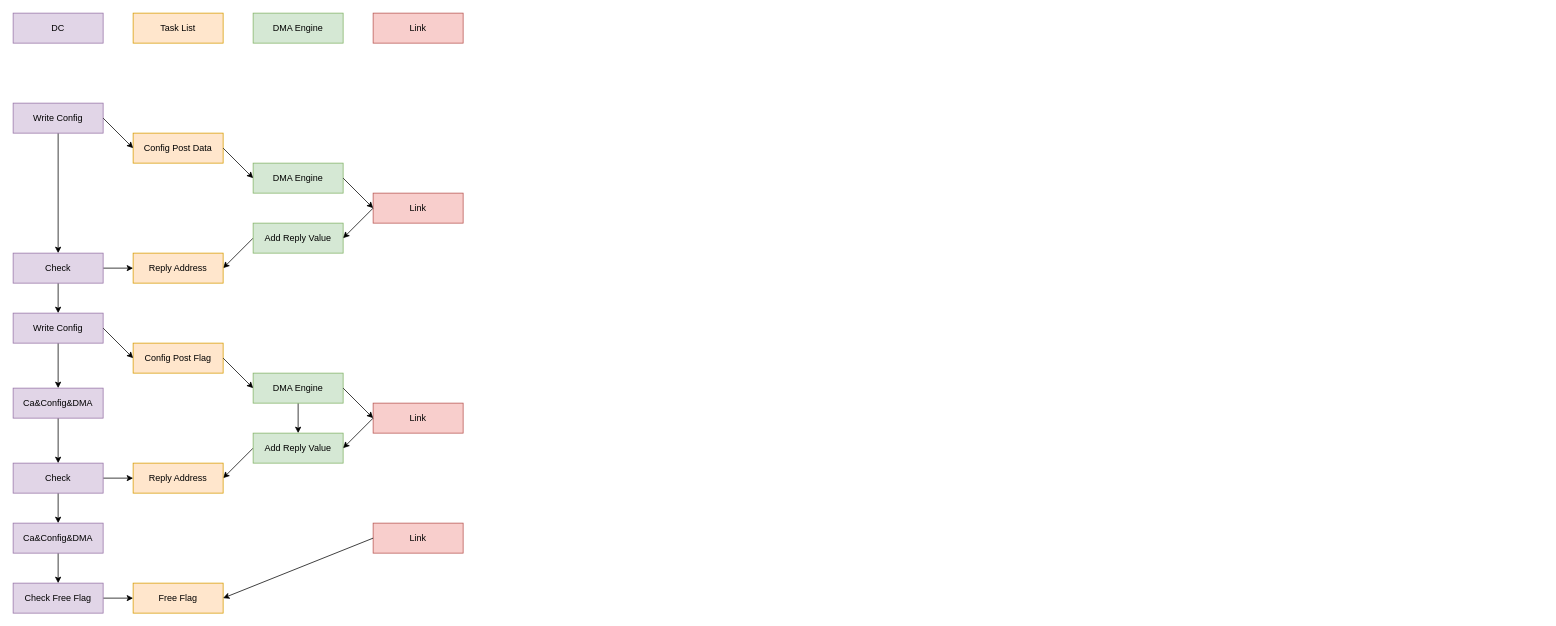
This is Link_RDMA_Read.drawio from BEYHHH/SBLP, a draw.io file, before an edit. Source tidied: cells renumbered, new cells numbered last; positions are measured from the earlier drawing's top-left corner, leaving out a move shared by most shapes. Both pictures are drawn from the tidied source at 75%, with x=0, y=0 at pixel (13, 13).
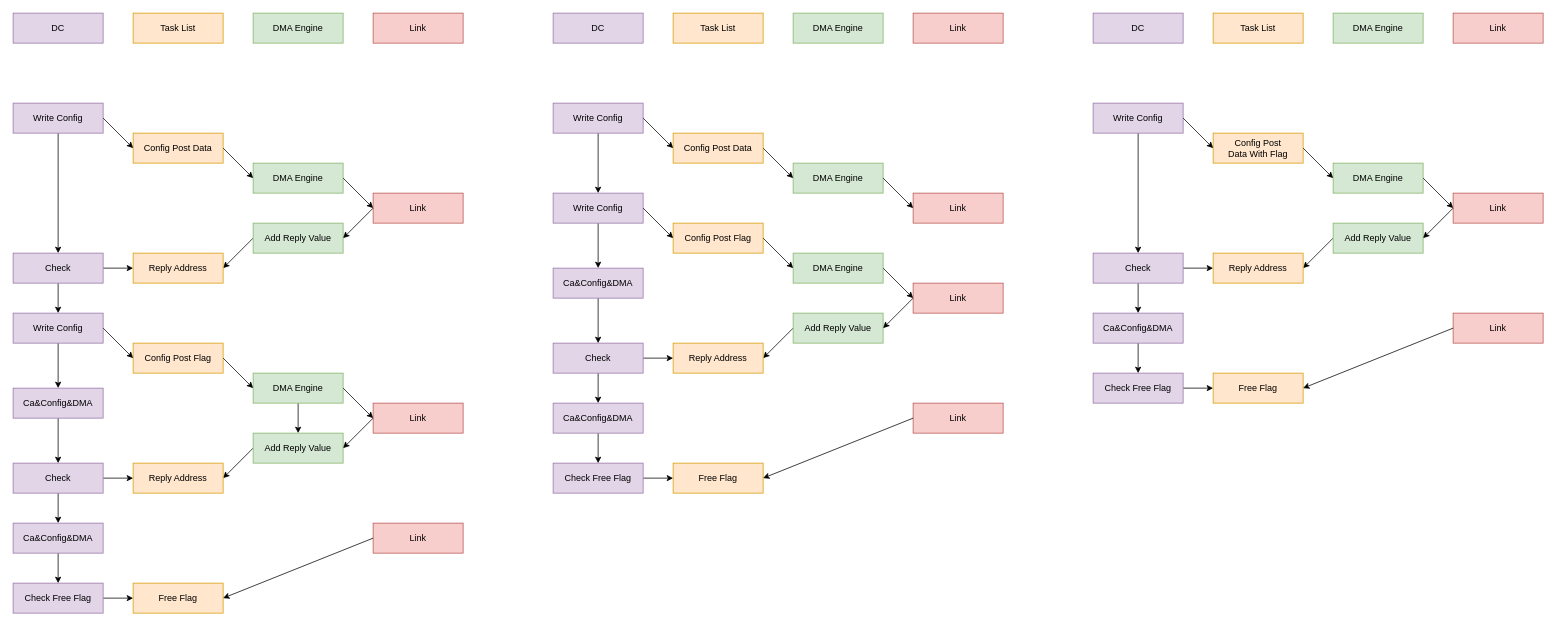
Above is the later version.

What changed in the source:
```diff
@@
+    <mxCell id="46" style="edgeStyle=orthogonalEdgeStyle;rounded=0;jettySize=auto;html=1;" parent="1" edge="1" source="47" target="59">
+      <mxGeometry relative="1" as="geometry" />
+    </mxCell>
+    <mxCell id="47" value="Write Config" style="rounded=0;whiteSpace=wrap;html=1;fillColor=#e1d5e7;strokeColor=#9673a6;" parent="1" vertex="1">
+      <mxGeometry x="1440" y="120" width="120" height="40" as="geometry" />
+    </mxCell>
+    <mxCell id="48" value="Config Post &lt;br&gt;Data With Flag" style="rounded=0;whiteSpace=wrap;html=1;fillColor=#ffe6cc;strokeColor=#d79b00;" parent="1" vertex="1">
+      <mxGeometry x="1600" y="160" width="120" height="40" as="geometry" />
+    </mxCell>
+    <mxCell id="49" style="endArrow=classic;html=1;rounded=0;exitX=1;exitY=0.5;exitDx=0;exitDy=0;entryX=0;entryY=0.5;entryDx=0;entryDy=0;" parent="1" edge="1" source="47" target="48">
+      <mxGeometry relative="1" as="geometry" />
+    </mxCell>
+    <mxCell id="50" value="DC" style="rounded=0;whiteSpace=wrap;html=1;fillColor=#e1d5e7;strokeColor=#9673a6;" parent="1" vertex="1">
+      <mxGeometry x="1440" width="120" height="40" as="geometry" />
+    </mxCell>
+    <mxCell id="51" value="Task List" style="rounded=0;whiteSpace=wrap;html=1;fillColor=#ffe6cc;strokeColor=#d79b00;" parent="1" vertex="1">
+      <mxGeometry x="1600" width="120" height="40" as="geometry" />
+    </mxCell>
+    <mxCell id="52" value="DMA Engine" style="rounded=0;whiteSpace=wrap;html=1;fillColor=#d5e8d4;strokeColor=#82b366;" parent="1" vertex="1">
+      <mxGeometry x="1760" width="120" height="40" as="geometry" />
+    </mxCell>
+    <mxCell id="53" value="Link" style="rounded=0;whiteSpace=wrap;html=1;fillColor=#f8cecc;strokeColor=#b85450;" parent="1" vertex="1">
+      <mxGeometry x="1920" width="120" height="40" as="geometry" />
+    </mxCell>
+    <mxCell id="54" value="DMA Engine" style="rounded=0;whiteSpace=wrap;html=1;fillColor=#d5e8d4;strokeColor=#82b366;" parent="1" vertex="1">
+      <mxGeometry x="1760" y="200" width="120" height="40" as="geometry" />
+    </mxCell>
+    <mxCell id="55" style="endArrow=classic;html=1;rounded=0;exitX=0;exitY=0.5;exitDx=0;exitDy=0;entryX=1;entryY=0.5;entryDx=0;entryDy=0;" parent="1" edge="1" source="56" target="60">
+      <mxGeometry relative="1" as="geometry" />
+    </mxCell>
+    <mxCell id="56" value="Add Reply Value" style="rounded=0;whiteSpace=wrap;html=1;fillColor=#d5e8d4;strokeColor=#82b366;" parent="1" vertex="1">
+      <mxGeometry x="1760" y="280" width="120" height="40" as="geometry" />
+    </mxCell>
+    <mxCell id="57" style="edgeStyle=orthogonalEdgeStyle;rounded=0;jettySize=auto;html=1;" parent="1" edge="1" source="59" target="60">
+      <mxGeometry relative="1" as="geometry" />
+    </mxCell>
+    <mxCell id="58" style="edgeStyle=orthogonalEdgeStyle;rounded=0;jettySize=auto;html=1;" parent="1" edge="1" source="59" target="71">
+      <mxGeometry relative="1" as="geometry" />
+    </mxCell>
+    <mxCell id="59" value="Check" style="rounded=0;whiteSpace=wrap;html=1;fillColor=#e1d5e7;strokeColor=#9673a6;" parent="1" vertex="1">
+      <mxGeometry x="1440" y="320" width="120" height="40" as="geometry" />
+    </mxCell>
+    <mxCell id="60" value="Reply Address" style="rounded=0;whiteSpace=wrap;html=1;fillColor=#ffe6cc;strokeColor=#d79b00;" parent="1" vertex="1">
+      <mxGeometry x="1600" y="320" width="120" height="40" as="geometry" />
+    </mxCell>
+    <mxCell id="61" style="endArrow=classic;html=1;rounded=0;exitX=1;exitY=0.5;exitDx=0;exitDy=0;entryX=0;entryY=0.5;entryDx=0;entryDy=0;" parent="1" edge="1" source="48" target="54">
+      <mxGeometry relative="1" as="geometry" />
+    </mxCell>
+    <mxCell id="62" value="Link" style="rounded=0;whiteSpace=wrap;html=1;fillColor=#f8cecc;strokeColor=#b85450;" parent="1" vertex="1">
+      <mxGeometry x="1920" y="240" width="120" height="40" as="geometry" />
+    </mxCell>
+    <mxCell id="63" style="endArrow=classic;html=1;rounded=0;exitX=1;exitY=0.5;exitDx=0;exitDy=0;entryX=0;entryY=0.5;entryDx=0;entryDy=0;" parent="1" edge="1" source="54" target="62">
+      <mxGeometry relative="1" as="geometry" />
+    </mxCell>
+    <mxCell id="64" style="endArrow=classic;html=1;rounded=0;exitX=0;exitY=0.5;exitDx=0;exitDy=0;entryX=1;entryY=0.5;entryDx=0;entryDy=0;" parent="1" edge="1" source="62" target="56">
+      <mxGeometry relative="1" as="geometry" />
+    </mxCell>
+    <mxCell id="65" style="edgeStyle=orthogonalEdgeStyle;rounded=0;jettySize=auto;html=1;" parent="1" edge="1" source="66" target="68">
+      <mxGeometry relative="1" as="geometry" />
+    </mxCell>
+    <mxCell id="66" value="Check Free Flag" style="rounded=0;whiteSpace=wrap;html=1;fillColor=#e1d5e7;strokeColor=#9673a6;" parent="1" vertex="1">
+      <mxGeometry x="1440" y="480" width="120" height="40" as="geometry" />
+    </mxCell>
+    <mxCell id="67" value="Link" style="rounded=0;whiteSpace=wrap;html=1;fillColor=#f8cecc;strokeColor=#b85450;" parent="1" vertex="1">
+      <mxGeometry x="1920" y="400" width="120" height="40" as="geometry" />
+    </mxCell>
+    <mxCell id="68" value="Free Flag" style="rounded=0;whiteSpace=wrap;html=1;fillColor=#ffe6cc;strokeColor=#d79b00;" parent="1" vertex="1">
+      <mxGeometry x="1600" y="480" width="120" height="40" as="geometry" />
+    </mxCell>
+    <mxCell id="69" style="endArrow=classic;html=1;rounded=0;exitX=0;exitY=0.5;exitDx=0;exitDy=0;entryX=1;entryY=0.5;entryDx=0;entryDy=0;" parent="1" edge="1" source="67" target="68">
+      <mxGeometry relative="1" as="geometry" />
+    </mxCell>
+    <mxCell id="70" style="edgeStyle=orthogonalEdgeStyle;rounded=0;jettySize=auto;html=1;" parent="1" edge="1" source="71" target="66">
+      <mxGeometry relative="1" as="geometry" />
+    </mxCell>
+    <mxCell id="71" value="Ca&amp;amp;Config&amp;amp;DMA" style="rounded=0;whiteSpace=wrap;html=1;fillColor=#e1d5e7;strokeColor=#9673a6;" parent="1" vertex="1">
+      <mxGeometry x="1440" y="400" width="120" height="40" as="geometry" />
+    </mxCell>
+    <mxCell id="72" style="edgeStyle=orthogonalEdgeStyle;rounded=0;jettySize=auto;html=1;" parent="1" edge="1" source="73" target="82">
+      <mxGeometry relative="1" as="geometry" />
+    </mxCell>
+    <mxCell id="73" value="Write Config" style="rounded=0;whiteSpace=wrap;html=1;fillColor=#e1d5e7;strokeColor=#9673a6;" parent="1" vertex="1">
+      <mxGeometry x="720" y="120" width="120" height="40" as="geometry" />
+    </mxCell>
+    <mxCell id="74" value="Config Post Data" style="rounded=0;whiteSpace=wrap;html=1;fillColor=#ffe6cc;strokeColor=#d79b00;" parent="1" vertex="1">
+      <mxGeometry x="880" y="160" width="120" height="40" as="geometry" />
+    </mxCell>
+    <mxCell id="75" style="endArrow=classic;html=1;rounded=0;exitX=1;exitY=0.5;exitDx=0;exitDy=0;entryX=0;entryY=0.5;entryDx=0;entryDy=0;" parent="1" edge="1" source="73" target="74">
+      <mxGeometry relative="1" as="geometry" />
+    </mxCell>
+    <mxCell id="76" value="DC" style="rounded=0;whiteSpace=wrap;html=1;fillColor=#e1d5e7;strokeColor=#9673a6;" parent="1" vertex="1">
+      <mxGeometry x="720" width="120" height="40" as="geometry" />
+    </mxCell>
+    <mxCell id="77" value="Task List" style="rounded=0;whiteSpace=wrap;html=1;fillColor=#ffe6cc;strokeColor=#d79b00;" parent="1" vertex="1">
+      <mxGeometry x="880" width="120" height="40" as="geometry" />
+    </mxCell>
+    <mxCell id="78" value="DMA Engine" style="rounded=0;whiteSpace=wrap;html=1;fillColor=#d5e8d4;strokeColor=#82b366;" parent="1" vertex="1">
+      <mxGeometry x="1040" width="120" height="40" as="geometry" />
+    </mxCell>
+    <mxCell id="79" value="Link" style="rounded=0;whiteSpace=wrap;html=1;fillColor=#f8cecc;strokeColor=#b85450;" parent="1" vertex="1">
+      <mxGeometry x="1200" width="120" height="40" as="geometry" />
+    </mxCell>
+    <mxCell id="80" value="DMA Engine" style="rounded=0;whiteSpace=wrap;html=1;fillColor=#d5e8d4;strokeColor=#82b366;" parent="1" vertex="1">
+      <mxGeometry x="1040" y="200" width="120" height="40" as="geometry" />
+    </mxCell>
+    <mxCell id="81" style="edgeStyle=orthogonalEdgeStyle;rounded=0;jettySize=auto;html=1;" parent="1" edge="1" source="82" target="97">
+      <mxGeometry relative="1" as="geometry" />
+    </mxCell>
+    <mxCell id="82" value="Write Config" style="rounded=0;whiteSpace=wrap;html=1;fillColor=#e1d5e7;strokeColor=#9673a6;" parent="1" vertex="1">
+      <mxGeometry x="720" y="240" width="120" height="40" as="geometry" />
+    </mxCell>
+    <mxCell id="83" value="Config Post Flag" style="rounded=0;whiteSpace=wrap;html=1;fillColor=#ffe6cc;strokeColor=#d79b00;" parent="1" vertex="1">
+      <mxGeometry x="880" y="280" width="120" height="40" as="geometry" />
+    </mxCell>
+    <mxCell id="84" style="endArrow=classic;html=1;rounded=0;exitX=1;exitY=0.5;exitDx=0;exitDy=0;entryX=0;entryY=0.5;entryDx=0;entryDy=0;" parent="1" edge="1" source="74" target="80">
+      <mxGeometry relative="1" as="geometry" />
+    </mxCell>
+    <mxCell id="85" style="endArrow=classic;html=1;rounded=0;exitX=1;exitY=0.5;exitDx=0;exitDy=0;entryX=0;entryY=0.5;entryDx=0;entryDy=0;" parent="1" edge="1" source="82" target="83">
+      <mxGeometry relative="1" as="geometry" />
+    </mxCell>
+    <mxCell id="86" value="DMA Engine" style="rounded=0;whiteSpace=wrap;html=1;fillColor=#d5e8d4;strokeColor=#82b366;" parent="1" vertex="1">
+      <mxGeometry x="1040" y="320" width="120" height="40" as="geometry" />
+    </mxCell>
+    <mxCell id="87" style="endArrow=classic;html=1;rounded=0;exitX=0;exitY=0.5;exitDx=0;exitDy=0;entryX=1;entryY=0.5;entryDx=0;entryDy=0;" parent="1" edge="1" source="88">
+      <mxGeometry relative="1" as="geometry">
+        <mxPoint x="1000" y="460" as="targetPoint" />
+      </mxGeometry>
+    </mxCell>
+    <mxCell id="88" value="Add Reply Value" style="rounded=0;whiteSpace=wrap;html=1;fillColor=#d5e8d4;strokeColor=#82b366;" parent="1" vertex="1">
+      <mxGeometry x="1040" y="400" width="120" height="40" as="geometry" />
+    </mxCell>
+    <mxCell id="89" style="endArrow=classic;html=1;rounded=0;exitX=1;exitY=0.5;exitDx=0;exitDy=0;entryX=0;entryY=0.5;entryDx=0;entryDy=0;" parent="1" edge="1" target="86">
+      <mxGeometry relative="1" as="geometry">
+        <mxPoint x="1000" y="300" as="sourcePoint" />
+      </mxGeometry>
+    </mxCell>
+    <mxCell id="90" value="Reply Address" style="rounded=0;whiteSpace=wrap;html=1;fillColor=#ffe6cc;strokeColor=#d79b00;" parent="1" vertex="1">
+      <mxGeometry x="880" y="440" width="120" height="40" as="geometry" />
+    </mxCell>
+    <mxCell id="91" style="edgeStyle=orthogonalEdgeStyle;rounded=0;jettySize=auto;html=1;" parent="1" edge="1" source="93" target="90">
+      <mxGeometry relative="1" as="geometry" />
+    </mxCell>
+    <mxCell id="92" style="edgeStyle=orthogonalEdgeStyle;rounded=0;jettySize=auto;html=1;" parent="1" edge="1" source="93" target="107">
+      <mxGeometry relative="1" as="geometry" />
+    </mxCell>
+    <mxCell id="93" value="Check" style="rounded=0;whiteSpace=wrap;html=1;fillColor=#e1d5e7;strokeColor=#9673a6;" parent="1" vertex="1">
+      <mxGeometry x="720" y="440" width="120" height="40" as="geometry" />
+    </mxCell>
+    <mxCell id="94" value="Link" style="rounded=0;whiteSpace=wrap;html=1;fillColor=#f8cecc;strokeColor=#b85450;" parent="1" vertex="1">
+      <mxGeometry x="1200" y="240" width="120" height="40" as="geometry" />
+    </mxCell>
+    <mxCell id="95" style="endArrow=classic;html=1;rounded=0;exitX=1;exitY=0.5;exitDx=0;exitDy=0;entryX=0;entryY=0.5;entryDx=0;entryDy=0;" parent="1" edge="1" source="80" target="94">
+      <mxGeometry relative="1" as="geometry" />
+    </mxCell>
+    <mxCell id="96" style="edgeStyle=orthogonalEdgeStyle;rounded=0;jettySize=auto;html=1;" parent="1" edge="1" source="97" target="93">
+      <mxGeometry relative="1" as="geometry" />
+    </mxCell>
+    <mxCell id="97" value="Ca&amp;amp;Config&amp;amp;DMA" style="rounded=0;whiteSpace=wrap;html=1;fillColor=#e1d5e7;strokeColor=#9673a6;" parent="1" vertex="1">
+      <mxGeometry x="720" y="340" width="120" height="40" as="geometry" />
+    </mxCell>
+    <mxCell id="98" value="Link" style="rounded=0;whiteSpace=wrap;html=1;fillColor=#f8cecc;strokeColor=#b85450;" parent="1" vertex="1">
+      <mxGeometry x="1200" y="360" width="120" height="40" as="geometry" />
+    </mxCell>
+    <mxCell id="99" style="endArrow=classic;html=1;rounded=0;exitX=1;exitY=0.5;exitDx=0;exitDy=0;entryX=0;entryY=0.5;entryDx=0;entryDy=0;" parent="1" edge="1" target="98">
+      <mxGeometry relative="1" as="geometry">
+        <mxPoint x="1160" y="340" as="sourcePoint" />
+      </mxGeometry>
+    </mxCell>
+    <mxCell id="100" style="endArrow=classic;html=1;rounded=0;exitX=0;exitY=0.5;exitDx=0;exitDy=0;entryX=1;entryY=0.5;entryDx=0;entryDy=0;" parent="1" edge="1" source="98">
+      <mxGeometry relative="1" as="geometry">
+        <mxPoint x="1160" y="420" as="targetPoint" />
+      </mxGeometry>
+    </mxCell>
+    <mxCell id="101" style="edgeStyle=orthogonalEdgeStyle;rounded=0;jettySize=auto;html=1;" parent="1" edge="1" source="102" target="104">
+      <mxGeometry relative="1" as="geometry" />
+    </mxCell>
+    <mxCell id="102" value="Check Free Flag" style="rounded=0;whiteSpace=wrap;html=1;fillColor=#e1d5e7;strokeColor=#9673a6;" parent="1" vertex="1">
+      <mxGeometry x="720" y="600" width="120" height="40" as="geometry" />
+    </mxCell>
+    <mxCell id="103" value="Link" style="rounded=0;whiteSpace=wrap;html=1;fillColor=#f8cecc;strokeColor=#b85450;" parent="1" vertex="1">
+      <mxGeometry x="1200" y="520" width="120" height="40" as="geometry" />
+    </mxCell>
+    <mxCell id="104" value="Free Flag" style="rounded=0;whiteSpace=wrap;html=1;fillColor=#ffe6cc;strokeColor=#d79b00;" parent="1" vertex="1">
+      <mxGeometry x="880" y="600" width="120" height="40" as="geometry" />
+    </mxCell>
+    <mxCell id="105" style="endArrow=classic;html=1;rounded=0;exitX=0;exitY=0.5;exitDx=0;exitDy=0;entryX=1;entryY=0.5;entryDx=0;entryDy=0;" parent="1" edge="1" source="103" target="104">
+      <mxGeometry relative="1" as="geometry" />
+    </mxCell>
+    <mxCell id="106" style="edgeStyle=orthogonalEdgeStyle;rounded=0;jettySize=auto;html=1;" parent="1" edge="1" source="107" target="102">
+      <mxGeometry relative="1" as="geometry" />
+    </mxCell>
+    <mxCell id="107" value="Ca&amp;amp;Config&amp;amp;DMA" style="rounded=0;whiteSpace=wrap;html=1;fillColor=#e1d5e7;strokeColor=#9673a6;" parent="1" vertex="1">
+      <mxGeometry x="720" y="520" width="120" height="40" as="geometry" />
+    </mxCell>
```
